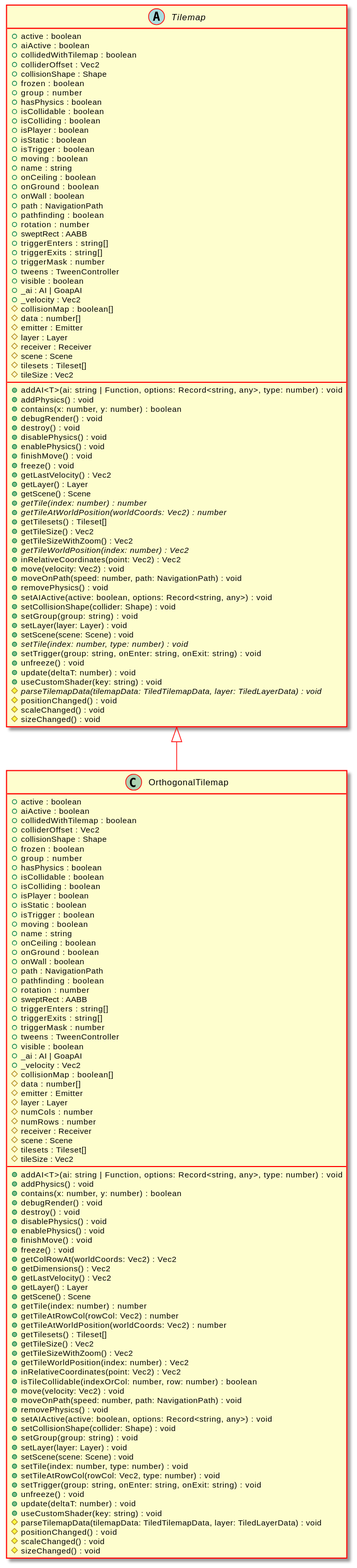
Before: docs/api/assets/OrthogonalTilemap-umlClassDiagram-3773.svg, a diagram exported from PlantUML (Test123938/Test2). The source it was exported from:
```plantuml
@startuml
skinparam ClassArrowColor #ff0000
skinparam ClassBorderColor #ff0000
skinparam BackgroundColor transparent
hide empty methods
hide empty fields
class "OrthogonalTilemap" {
    +active : boolean
    +aiActive : boolean
    +collidedWithTilemap : boolean
    +colliderOffset : Vec2
    +collisionShape : Shape
    +frozen : boolean
    +group : number
    +hasPhysics : boolean
    +isCollidable : boolean
    +isColliding : boolean
    +isPlayer : boolean
    +isStatic : boolean
    +isTrigger : boolean
    +moving : boolean
    +name : string
    +onCeiling : boolean
    +onGround : boolean
    +onWall : boolean
    +path : NavigationPath
    +pathfinding : boolean
    +rotation : number
    +sweptRect : AABB
    +triggerEnters : string[]
    +triggerExits : string[]
    +triggerMask : number
    +tweens : TweenController
    +visible : boolean
    +_ai : AI | GoapAI
    +_velocity : Vec2
    #collisionMap : boolean[]
    #data : number[]
    #emitter : Emitter
    #layer : Layer
    #numCols : number
    #numRows : number
    #receiver : Receiver
    #scene : Scene
    #tilesets : Tileset[]
    #tileSize : Vec2
    +addAI<T>(ai: string | Function, options: Record<string, any>, type: number) : void
    +addPhysics() : void
    +contains(x: number, y: number) : boolean
    +debugRender() : void
    +destroy() : void
    +disablePhysics() : void
    +enablePhysics() : void
    +finishMove() : void
    +freeze() : void
    +getColRowAt(worldCoords: Vec2) : Vec2
    +getDimensions() : Vec2
    +getLastVelocity() : Vec2
    +getLayer() : Layer
    +getScene() : Scene
    +getTile(index: number) : number
    +getTileAtRowCol(rowCol: Vec2) : number
    +getTileAtWorldPosition(worldCoords: Vec2) : number
    +getTilesets() : Tileset[]
    +getTileSize() : Vec2
    +getTileSizeWithZoom() : Vec2
    +getTileWorldPosition(index: number) : Vec2
    +inRelativeCoordinates(point: Vec2) : Vec2
    +isTileCollidable(indexOrCol: number, row: number) : boolean
    +move(velocity: Vec2) : void
    +moveOnPath(speed: number, path: NavigationPath) : void
    +removePhysics() : void
    +setAIActive(active: boolean, options: Record<string, any>) : void
    +setCollisionShape(collider: Shape) : void
    +setGroup(group: string) : void
    +setLayer(layer: Layer) : void
    +setScene(scene: Scene) : void
    +setTile(index: number, type: number) : void
    +setTileAtRowCol(rowCol: Vec2, type: number) : void
    +setTrigger(group: string, onEnter: string, onExit: string) : void
    +unfreeze() : void
    +update(deltaT: number) : void
    +useCustomShader(key: string) : void
    #parseTilemapData(tilemapData: TiledTilemapData, layer: TiledLayerData) : void
    #positionChanged() : void
    #scaleChanged() : void
    #sizeChanged() : void
}
abstract class "Tilemap" {
    +active : boolean
    +aiActive : boolean
    +collidedWithTilemap : boolean
    +colliderOffset : Vec2
    +collisionShape : Shape
    +frozen : boolean
    +group : number
    +hasPhysics : boolean
    +isCollidable : boolean
    +isColliding : boolean
    +isPlayer : boolean
    +isStatic : boolean
    +isTrigger : boolean
    +moving : boolean
    +name : string
    +onCeiling : boolean
    +onGround : boolean
    +onWall : boolean
    +path : NavigationPath
    +pathfinding : boolean
    +rotation : number
    +sweptRect : AABB
    +triggerEnters : string[]
    +triggerExits : string[]
    +triggerMask : number
    +tweens : TweenController
    +visible : boolean
    +_ai : AI | GoapAI
    +_velocity : Vec2
    #collisionMap : boolean[]
    #data : number[]
    #emitter : Emitter
    #layer : Layer
    #receiver : Receiver
    #scene : Scene
    #tilesets : Tileset[]
    #tileSize : Vec2
    +addAI<T>(ai: string | Function, options: Record<string, any>, type: number) : void
    +addPhysics() : void
    +contains(x: number, y: number) : boolean
    +debugRender() : void
    +destroy() : void
    +disablePhysics() : void
    +enablePhysics() : void
    +finishMove() : void
    +freeze() : void
    +getLastVelocity() : Vec2
    +getLayer() : Layer
    +getScene() : Scene
    {abstract} +getTile(index: number) : number
    {abstract} +getTileAtWorldPosition(worldCoords: Vec2) : number
    +getTilesets() : Tileset[]
    +getTileSize() : Vec2
    +getTileSizeWithZoom() : Vec2
    {abstract} +getTileWorldPosition(index: number) : Vec2
    +inRelativeCoordinates(point: Vec2) : Vec2
    +move(velocity: Vec2) : void
    +moveOnPath(speed: number, path: NavigationPath) : void
    +removePhysics() : void
    +setAIActive(active: boolean, options: Record<string, any>) : void
    +setCollisionShape(collider: Shape) : void
    +setGroup(group: string) : void
    +setLayer(layer: Layer) : void
    +setScene(scene: Scene) : void
    {abstract} +setTile(index: number, type: number) : void
    +setTrigger(group: string, onEnter: string, onExit: string) : void
    +unfreeze() : void
    +update(deltaT: number) : void
    +useCustomShader(key: string) : void
    {abstract} #parseTilemapData(tilemapData: TiledTilemapData, layer: TiledLayerData) : void
    #positionChanged() : void
    #scaleChanged() : void
    #sizeChanged() : void
}
"Tilemap" <|-- "OrthogonalTilemap"
@enduml
```
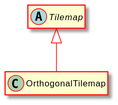
After the change.

The edit, as a diff of the source:
```diff
@@ -5,161 +5,8 @@
 hide empty methods
 hide empty fields
 class "OrthogonalTilemap" {
-    +active : boolean
-    +aiActive : boolean
-    +collidedWithTilemap : boolean
-    +colliderOffset : Vec2
-    +collisionShape : Shape
-    +frozen : boolean
-    +group : number
-    +hasPhysics : boolean
-    +isCollidable : boolean
-    +isColliding : boolean
-    +isPlayer : boolean
-    +isStatic : boolean
-    +isTrigger : boolean
-    +moving : boolean
-    +name : string
-    +onCeiling : boolean
-    +onGround : boolean
-    +onWall : boolean
-    +path : NavigationPath
-    +pathfinding : boolean
-    +rotation : number
-    +sweptRect : AABB
-    +triggerEnters : string[]
-    +triggerExits : string[]
-    +triggerMask : number
-    +tweens : TweenController
-    +visible : boolean
-    +_ai : AI | GoapAI
-    +_velocity : Vec2
-    #collisionMap : boolean[]
-    #data : number[]
-    #emitter : Emitter
-    #layer : Layer
-    #numCols : number
-    #numRows : number
-    #receiver : Receiver
-    #scene : Scene
-    #tilesets : Tileset[]
-    #tileSize : Vec2
-    +addAI<T>(ai: string | Function, options: Record<string, any>, type: number) : void
-    +addPhysics() : void
-    +contains(x: number, y: number) : boolean
-    +debugRender() : void
-    +destroy() : void
-    +disablePhysics() : void
-    +enablePhysics() : void
-    +finishMove() : void
-    +freeze() : void
-    +getColRowAt(worldCoords: Vec2) : Vec2
-    +getDimensions() : Vec2
-    +getLastVelocity() : Vec2
-    +getLayer() : Layer
-    +getScene() : Scene
-    +getTile(index: number) : number
-    +getTileAtRowCol(rowCol: Vec2) : number
-    +getTileAtWorldPosition(worldCoords: Vec2) : number
-    +getTilesets() : Tileset[]
-    +getTileSize() : Vec2
-    +getTileSizeWithZoom() : Vec2
-    +getTileWorldPosition(index: number) : Vec2
-    +inRelativeCoordinates(point: Vec2) : Vec2
-    +isTileCollidable(indexOrCol: number, row: number) : boolean
-    +move(velocity: Vec2) : void
-    +moveOnPath(speed: number, path: NavigationPath) : void
-    +removePhysics() : void
-    +setAIActive(active: boolean, options: Record<string, any>) : void
-    +setCollisionShape(collider: Shape) : void
-    +setGroup(group: string) : void
-    +setLayer(layer: Layer) : void
-    +setScene(scene: Scene) : void
-    +setTile(index: number, type: number) : void
-    +setTileAtRowCol(rowCol: Vec2, type: number) : void
-    +setTrigger(group: string, onEnter: string, onExit: string) : void
-    +unfreeze() : void
-    +update(deltaT: number) : void
-    +useCustomShader(key: string) : void
-    #parseTilemapData(tilemapData: TiledTilemapData, layer: TiledLayerData) : void
-    #positionChanged() : void
-    #scaleChanged() : void
-    #sizeChanged() : void
 }
 abstract class "Tilemap" {
-    +active : boolean
-    +aiActive : boolean
-    +collidedWithTilemap : boolean
-    +colliderOffset : Vec2
-    +collisionShape : Shape
-    +frozen : boolean
-    +group : number
-    +hasPhysics : boolean
-    +isCollidable : boolean
-    +isColliding : boolean
-    +isPlayer : boolean
-    +isStatic : boolean
-    +isTrigger : boolean
-    +moving : boolean
-    +name : string
-    +onCeiling : boolean
-    +onGround : boolean
-    +onWall : boolean
-    +path : NavigationPath
-    +pathfinding : boolean
-    +rotation : number
-    +sweptRect : AABB
-    +triggerEnters : string[]
-    +triggerExits : string[]
-    +triggerMask : number
-    +tweens : TweenController
-    +visible : boolean
-    +_ai : AI | GoapAI
-    +_velocity : Vec2
-    #collisionMap : boolean[]
-    #data : number[]
-    #emitter : Emitter
-    #layer : Layer
-    #receiver : Receiver
-    #scene : Scene
-    #tilesets : Tileset[]
-    #tileSize : Vec2
-    +addAI<T>(ai: string | Function, options: Record<string, any>, type: number) : void
-    +addPhysics() : void
-    +contains(x: number, y: number) : boolean
-    +debugRender() : void
-    +destroy() : void
-    +disablePhysics() : void
-    +enablePhysics() : void
-    +finishMove() : void
-    +freeze() : void
-    +getLastVelocity() : Vec2
-    +getLayer() : Layer
-    +getScene() : Scene
-    {abstract} +getTile(index: number) : number
-    {abstract} +getTileAtWorldPosition(worldCoords: Vec2) : number
-    +getTilesets() : Tileset[]
-    +getTileSize() : Vec2
-    +getTileSizeWithZoom() : Vec2
-    {abstract} +getTileWorldPosition(index: number) : Vec2
-    +inRelativeCoordinates(point: Vec2) : Vec2
-    +move(velocity: Vec2) : void
-    +moveOnPath(speed: number, path: NavigationPath) : void
-    +removePhysics() : void
-    +setAIActive(active: boolean, options: Record<string, any>) : void
-    +setCollisionShape(collider: Shape) : void
-    +setGroup(group: string) : void
-    +setLayer(layer: Layer) : void
-    +setScene(scene: Scene) : void
-    {abstract} +setTile(index: number, type: number) : void
-    +setTrigger(group: string, onEnter: string, onExit: string) : void
-    +unfreeze() : void
-    +update(deltaT: number) : void
-    +useCustomShader(key: string) : void
-    {abstract} #parseTilemapData(tilemapData: TiledTilemapData, layer: TiledLayerData) : void
-    #positionChanged() : void
-    #scaleChanged() : void
-    #sizeChanged() : void
 }
 "Tilemap" <|-- "OrthogonalTilemap"
 @enduml
```
